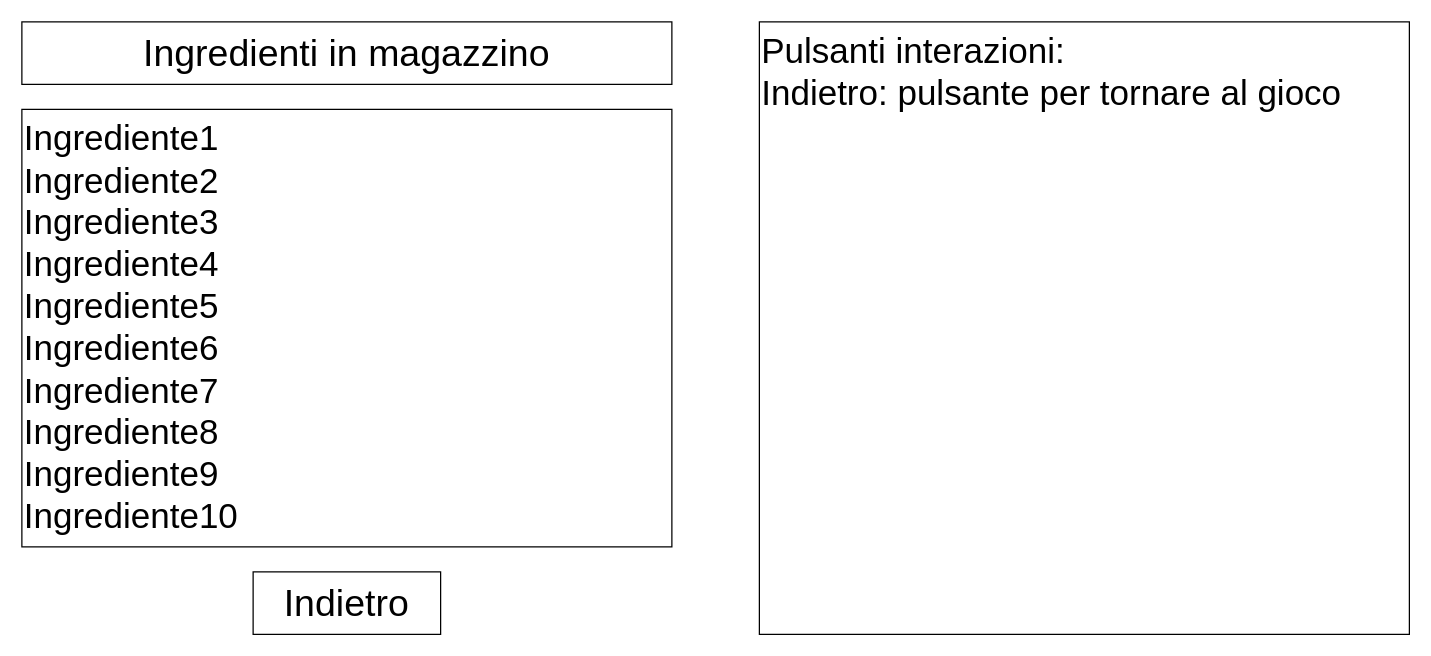
Earlier version of the draw.io diagram doc/Progetti Drawio/StoryBoard/StoryboardMagazzino.drawio (zSavT/Healthy-Catering). Source tidied: cells renumbered, new cells numbered last; positions are measured from the earlier drawing's top-left corner, leaving out a move shared by most shapes. Both pictures are drawn from the tidied source at 125%, with x=0, y=0 at pixel (21, 21).
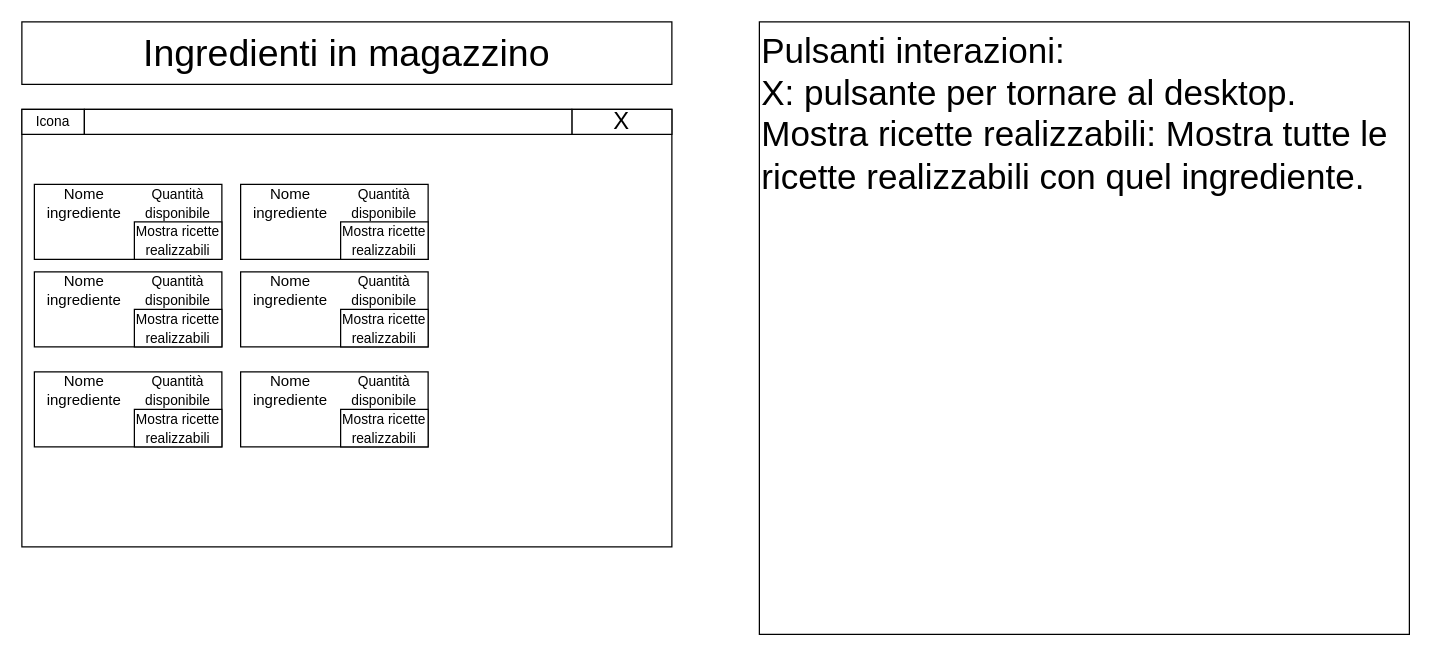
The same page after the edit.

Commit message (it also covers changes not shown here):
Aggiornati storyboard interazione cliente, interazione negozio e magazzino

Diff of the diagram source:
```diff
@@
-    <mxCell id="3" value="&lt;font style=&quot;font-size: 28px;&quot;&gt;Ingrediente1&lt;br style=&quot;&quot;&gt;Ingrediente2&lt;br style=&quot;&quot;&gt;Ingrediente3&lt;br style=&quot;&quot;&gt;Ingrediente4&lt;br style=&quot;&quot;&gt;Ingrediente5&lt;br style=&quot;&quot;&gt;Ingrediente6&lt;br style=&quot;&quot;&gt;Ingrediente7&lt;br style=&quot;&quot;&gt;Ingrediente8&lt;br style=&quot;&quot;&gt;&lt;/font&gt;&lt;div style=&quot;font-size: 28px;&quot;&gt;&lt;span style=&quot;background-color: initial;&quot;&gt;&lt;font style=&quot;font-size: 28px;&quot;&gt;Ingrediente9&lt;/font&gt;&lt;/span&gt;&lt;/div&gt;&lt;div style=&quot;font-size: 28px;&quot;&gt;&lt;div&gt;&lt;span style=&quot;background-color: initial;&quot;&gt;Ingrediente10&lt;/span&gt;&lt;/div&gt;&lt;div&gt;&lt;span style=&quot;background-color: initial;&quot;&gt;&lt;br&gt;&lt;/span&gt;&lt;/div&gt;&lt;/div&gt;" style="rounded=0;whiteSpace=wrap;html=1;align=left;verticalAlign=top;" parent="1" vertex="1">
+    <mxCell id="3" style="rounded=0;whiteSpace=wrap;html=1;align=left;verticalAlign=top;" parent="1" vertex="1">
       <mxGeometry y="70" width="520" height="350" as="geometry" />
     </mxCell>
-    <mxCell id="4" value="&lt;font style=&quot;font-size: 30px;&quot;&gt;Indietro&lt;/font&gt;" style="rounded=0;whiteSpace=wrap;html=1;" parent="1" vertex="1">
-      <mxGeometry x="185" y="440" width="150" height="50" as="geometry" />
+    <mxCell id="4" value="&lt;font style=&quot;font-size: 19px;&quot;&gt;X&lt;/font&gt;" style="rounded=0;whiteSpace=wrap;html=1;" parent="1" vertex="1">
+      <mxGeometry x="440" y="70" width="80" height="20" as="geometry" />
     </mxCell>
-    <mxCell id="5" value="&lt;span style=&quot;font-size: 28px;&quot;&gt;Pulsanti interazioni:&lt;br&gt;Indietro: pulsante per tornare al gioco&lt;br&gt;&lt;/span&gt;" style="rounded=0;whiteSpace=wrap;html=1;align=left;verticalAlign=top;" parent="1" vertex="1">
+    <mxCell id="5" value="&lt;span style=&quot;font-size: 28px;&quot;&gt;Pulsanti interazioni:&lt;br&gt;X: pulsante per tornare al desktop.&lt;br&gt;Mostra ricette realizzabili: Mostra tutte le ricette realizzabili con quel ingrediente.&lt;br&gt;&lt;/span&gt;" style="rounded=0;whiteSpace=wrap;html=1;align=left;verticalAlign=top;" parent="1" vertex="1">
       <mxGeometry x="590" width="520" height="490" as="geometry" />
     </mxCell>
+    <mxCell id="6" style="rounded=0;whiteSpace=wrap;html=1;" parent="1" vertex="1">
+      <mxGeometry x="10" y="130" width="150" height="60" as="geometry" />
+    </mxCell>
+    <mxCell id="7" value="Nome ingrediente" style="text;html=1;strokeColor=none;fillColor=none;align=center;verticalAlign=middle;whiteSpace=wrap;rounded=0;" parent="1" vertex="1">
+      <mxGeometry x="20" y="130" width="60" height="30" as="geometry" />
+    </mxCell>
+    <mxCell id="8" value="&lt;font style=&quot;font-size: 11px;&quot;&gt;Quantità disponibile&lt;/font&gt;" style="text;html=1;strokeColor=none;fillColor=none;align=center;verticalAlign=middle;whiteSpace=wrap;rounded=0;" parent="1" vertex="1">
+      <mxGeometry x="95" y="130" width="60" height="30" as="geometry" />
+    </mxCell>
+    <mxCell id="9" value="&lt;font style=&quot;font-size: 11px;&quot;&gt;Mostra ricette realizzabili&lt;/font&gt;" style="rounded=0;whiteSpace=wrap;html=1;" parent="1" vertex="1">
+      <mxGeometry x="90" y="160" width="70" height="30" as="geometry" />
+    </mxCell>
+    <mxCell id="10" value="Icona" style="rounded=0;whiteSpace=wrap;html=1;fontSize=11;" parent="1" vertex="1">
+      <mxGeometry y="70" width="50" height="20" as="geometry" />
+    </mxCell>
+    <mxCell id="11" style="rounded=0;whiteSpace=wrap;html=1;fontSize=11;" parent="1" vertex="1">
+      <mxGeometry x="50" y="70" width="390" height="20" as="geometry" />
+    </mxCell>
+    <mxCell id="12" style="rounded=0;whiteSpace=wrap;html=1;" parent="1" vertex="1">
+      <mxGeometry x="10" y="200" width="150" height="60" as="geometry" />
+    </mxCell>
+    <mxCell id="13" value="Nome ingrediente" style="text;html=1;strokeColor=none;fillColor=none;align=center;verticalAlign=middle;whiteSpace=wrap;rounded=0;" parent="1" vertex="1">
+      <mxGeometry x="20" y="200" width="60" height="30" as="geometry" />
+    </mxCell>
+    <mxCell id="14" value="&lt;font style=&quot;font-size: 11px;&quot;&gt;Quantità disponibile&lt;/font&gt;" style="text;html=1;strokeColor=none;fillColor=none;align=center;verticalAlign=middle;whiteSpace=wrap;rounded=0;" parent="1" vertex="1">
+      <mxGeometry x="95" y="200" width="60" height="30" as="geometry" />
+    </mxCell>
+    <mxCell id="15" value="&lt;font style=&quot;font-size: 11px;&quot;&gt;Mostra ricette realizzabili&lt;/font&gt;" style="rounded=0;whiteSpace=wrap;html=1;" parent="1" vertex="1">
+      <mxGeometry x="90" y="230" width="70" height="30" as="geometry" />
+    </mxCell>
+    <mxCell id="16" style="rounded=0;whiteSpace=wrap;html=1;" parent="1" vertex="1">
+      <mxGeometry x="10" y="280" width="150" height="60" as="geometry" />
+    </mxCell>
+    <mxCell id="17" value="Nome ingrediente" style="text;html=1;strokeColor=none;fillColor=none;align=center;verticalAlign=middle;whiteSpace=wrap;rounded=0;" parent="1" vertex="1">
+      <mxGeometry x="20" y="280" width="60" height="30" as="geometry" />
+    </mxCell>
+    <mxCell id="18" value="&lt;font style=&quot;font-size: 11px;&quot;&gt;Quantità disponibile&lt;/font&gt;" style="text;html=1;strokeColor=none;fillColor=none;align=center;verticalAlign=middle;whiteSpace=wrap;rounded=0;" parent="1" vertex="1">
+      <mxGeometry x="95" y="280" width="60" height="30" as="geometry" />
+    </mxCell>
+    <mxCell id="19" value="&lt;font style=&quot;font-size: 11px;&quot;&gt;Mostra ricette realizzabili&lt;/font&gt;" style="rounded=0;whiteSpace=wrap;html=1;" parent="1" vertex="1">
+      <mxGeometry x="90" y="310" width="70" height="30" as="geometry" />
+    </mxCell>
+    <mxCell id="20" style="rounded=0;whiteSpace=wrap;html=1;" parent="1" vertex="1">
+      <mxGeometry x="175" y="130" width="150" height="60" as="geometry" />
+    </mxCell>
+    <mxCell id="21" value="Nome ingrediente" style="text;html=1;strokeColor=none;fillColor=none;align=center;verticalAlign=middle;whiteSpace=wrap;rounded=0;" parent="1" vertex="1">
+      <mxGeometry x="185" y="130" width="60" height="30" as="geometry" />
+    </mxCell>
+    <mxCell id="22" value="&lt;font style=&quot;font-size: 11px;&quot;&gt;Quantità disponibile&lt;/font&gt;" style="text;html=1;strokeColor=none;fillColor=none;align=center;verticalAlign=middle;whiteSpace=wrap;rounded=0;" parent="1" vertex="1">
+      <mxGeometry x="260" y="130" width="60" height="30" as="geometry" />
+    </mxCell>
+    <mxCell id="23" value="&lt;font style=&quot;font-size: 11px;&quot;&gt;Mostra ricette realizzabili&lt;/font&gt;" style="rounded=0;whiteSpace=wrap;html=1;" parent="1" vertex="1">
+      <mxGeometry x="255" y="160" width="70" height="30" as="geometry" />
+    </mxCell>
+    <mxCell id="24" style="rounded=0;whiteSpace=wrap;html=1;" parent="1" vertex="1">
+      <mxGeometry x="175" y="200" width="150" height="60" as="geometry" />
+    </mxCell>
+    <mxCell id="25" value="Nome ingrediente" style="text;html=1;strokeColor=none;fillColor=none;align=center;verticalAlign=middle;whiteSpace=wrap;rounded=0;" parent="1" vertex="1">
+      <mxGeometry x="185" y="200" width="60" height="30" as="geometry" />
+    </mxCell>
+    <mxCell id="26" value="&lt;font style=&quot;font-size: 11px;&quot;&gt;Quantità disponibile&lt;/font&gt;" style="text;html=1;strokeColor=none;fillColor=none;align=center;verticalAlign=middle;whiteSpace=wrap;rounded=0;" parent="1" vertex="1">
+      <mxGeometry x="260" y="200" width="60" height="30" as="geometry" />
+    </mxCell>
+    <mxCell id="27" value="&lt;font style=&quot;font-size: 11px;&quot;&gt;Mostra ricette realizzabili&lt;/font&gt;" style="rounded=0;whiteSpace=wrap;html=1;" parent="1" vertex="1">
+      <mxGeometry x="255" y="230" width="70" height="30" as="geometry" />
+    </mxCell>
+    <mxCell id="28" style="rounded=0;whiteSpace=wrap;html=1;" parent="1" vertex="1">
+      <mxGeometry x="175" y="280" width="150" height="60" as="geometry" />
+    </mxCell>
+    <mxCell id="29" value="Nome ingrediente" style="text;html=1;strokeColor=none;fillColor=none;align=center;verticalAlign=middle;whiteSpace=wrap;rounded=0;" parent="1" vertex="1">
+      <mxGeometry x="185" y="280" width="60" height="30" as="geometry" />
+    </mxCell>
+    <mxCell id="30" value="&lt;font style=&quot;font-size: 11px;&quot;&gt;Quantità disponibile&lt;/font&gt;" style="text;html=1;strokeColor=none;fillColor=none;align=center;verticalAlign=middle;whiteSpace=wrap;rounded=0;" parent="1" vertex="1">
+      <mxGeometry x="260" y="280" width="60" height="30" as="geometry" />
+    </mxCell>
+    <mxCell id="31" value="&lt;font style=&quot;font-size: 11px;&quot;&gt;Mostra ricette realizzabili&lt;/font&gt;" style="rounded=0;whiteSpace=wrap;html=1;" parent="1" vertex="1">
+      <mxGeometry x="255" y="310" width="70" height="30" as="geometry" />
+    </mxCell>
```
